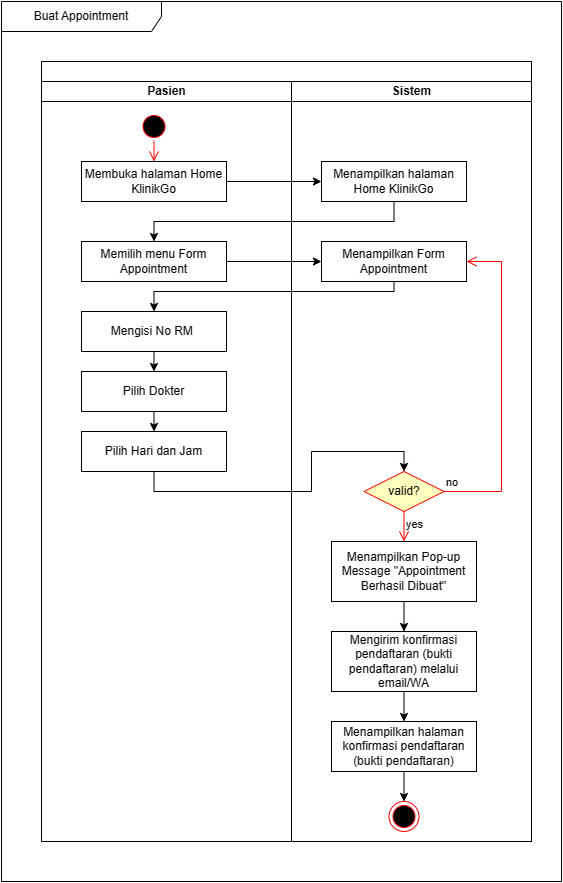
dwirahmadita/SistemPendafatranPasien keeps this draw.io diagram as DiagramSistemPendaftaranPasien-activity2.drawio.png. Above is the earlier version. Source tidied: cells renumbered, new cells last; positions are measured from the earlier drawing's top-left corner, leaving out a move shared by most shapes.
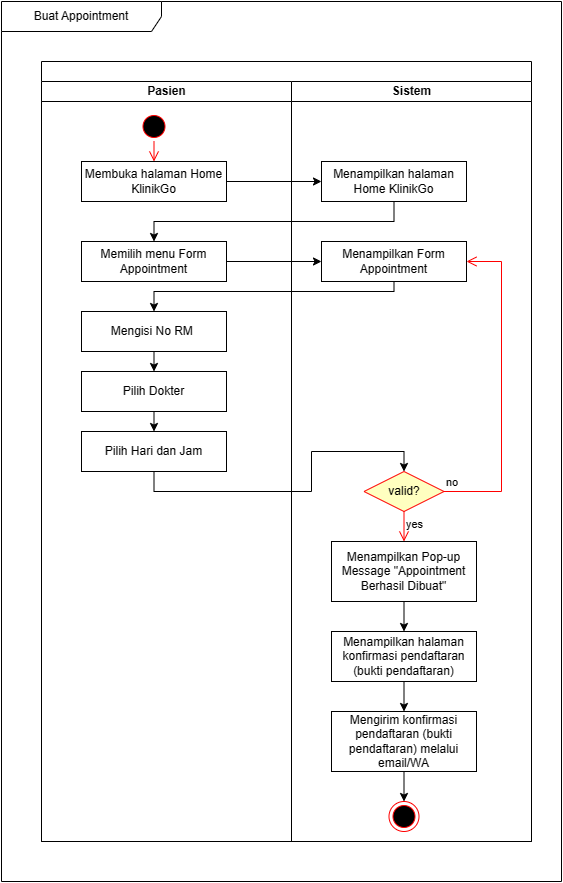
Above is the later version.

The edit, as a diff of the source:
```diff
@@ -67,20 +67,20 @@
     <mxCell id="21" value="Menampilkan halaman Home KlinikGo" style="html=1;whiteSpace=wrap;" parent="14" vertex="1">
       <mxGeometry x="30" y="80" width="145" height="40" as="geometry" />
     </mxCell>
+    <mxCell id="32" style="edgeStyle=orthogonalEdgeStyle;rounded=0;jettySize=auto;html=1;exitX=0.5;exitY=1;exitDx=0;exitDy=0;entryX=0.5;entryY=0;entryDx=0;entryDy=0;" parent="14" edge="1" source="22" target="26">
+      <mxGeometry relative="1" as="geometry" />
+    </mxCell>
     <mxCell id="22" value="Menampilkan halaman konfirmasi pendaftaran (bukti pendaftaran)" style="html=1;whiteSpace=wrap;" parent="14" vertex="1">
-      <mxGeometry x="40" y="640" width="145" height="50" as="geometry" />
+      <mxGeometry x="40" y="550" width="145" height="50" as="geometry" />
     </mxCell>
-    <mxCell id="23" style="edgeStyle=orthogonalEdgeStyle;rounded=0;jettySize=auto;html=1;exitX=0.5;exitY=1;exitDx=0;exitDy=0;entryX=0.5;entryY=0;entryDx=0;entryDy=0;" parent="14" edge="1" source="22" target="20">
-      <mxGeometry relative="1" as="geometry" />
-    </mxCell>
-    <mxCell id="24" style="edgeStyle=orthogonalEdgeStyle;rounded=0;jettySize=auto;html=1;exitX=0.5;exitY=1;exitDx=0;exitDy=0;entryX=0.5;entryY=0;entryDx=0;entryDy=0;" parent="14" edge="1" source="16" target="26">
-      <mxGeometry relative="1" as="geometry" />
-    </mxCell>
-    <mxCell id="25" style="edgeStyle=orthogonalEdgeStyle;rounded=0;jettySize=auto;html=1;exitX=0.5;exitY=1;exitDx=0;exitDy=0;entryX=0.5;entryY=0;entryDx=0;entryDy=0;" parent="14" edge="1" source="26" target="22">
+    <mxCell id="25" style="edgeStyle=orthogonalEdgeStyle;rounded=0;jettySize=auto;html=1;exitX=0.5;exitY=1;exitDx=0;exitDy=0;entryX=0.5;entryY=0;entryDx=0;entryDy=0;" parent="14" edge="1" source="16" target="22">
       <mxGeometry relative="1" as="geometry" />
     </mxCell>
+    <mxCell id="33" style="edgeStyle=orthogonalEdgeStyle;rounded=0;jettySize=auto;html=1;exitX=0.5;exitY=1;exitDx=0;exitDy=0;entryX=0.5;entryY=0;entryDx=0;entryDy=0;" parent="14" edge="1" source="26" target="20">
+      <mxGeometry relative="1" as="geometry" />
+    </mxCell>
     <mxCell id="26" value="Mengirim konfirmasi pendaftaran (bukti pendaftaran) melalui email/WA" style="html=1;whiteSpace=wrap;" parent="14" vertex="1">
-      <mxGeometry x="40" y="550" width="145" height="60" as="geometry" />
+      <mxGeometry x="40" y="630" width="145" height="60" as="geometry" />
     </mxCell>
     <mxCell id="27" style="edgeStyle=orthogonalEdgeStyle;rounded=0;jettySize=auto;html=1;exitX=0.5;exitY=1;exitDx=0;exitDy=0;entryX=0.5;entryY=0;entryDx=0;entryDy=0;" parent="3" edge="1" source="15" target="9">
       <mxGeometry relative="1" as="geometry">
```
